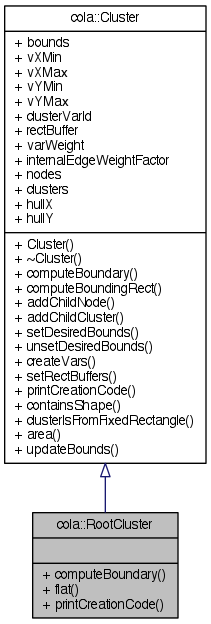
Above: documentation/classcola_1_1RootCluster__inherit__graph.png in mjwybrow/adaptagrams (Graphviz), before the change. Its source is kept beside it as documentation/classcola_1_1RootCluster__inherit__graph.dot.
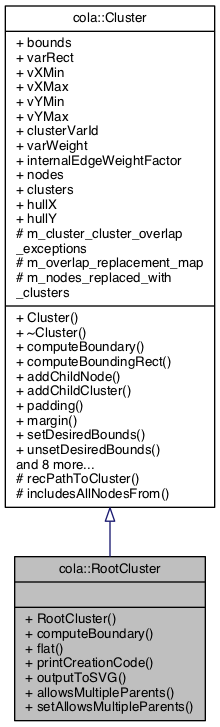
The same file after the commit.

Diff of the diagram source:
```diff
@@ -2,7 +2,7 @@
 {
   edge [fontname="Helvetica",fontsize="10",labelfontname="Helvetica",labelfontsize="10"];
   node [fontname="Helvetica",fontsize="10",shape=record];
-  Node1 [label="{cola::RootCluster\n||+ computeBoundary()\l+ flat()\l+ printCreationCode()\l}",height=0.2,width=0.4,color="black", fillcolor="grey75", style="filled" fontcolor="black"];
+  Node1 [label="{cola::RootCluster\n||+ RootCluster()\l+ computeBoundary()\l+ flat()\l+ printCreationCode()\l+ outputToSVG()\l+ allowsMultipleParents()\l+ setAllowsMultipleParents()\l}",height=0.2,width=0.4,color="black", fillcolor="grey75", style="filled", fontcolor="black"];
   Node2 -> Node1 [dir="back",color="midnightblue",fontsize="10",style="solid",arrowtail="onormal",fontname="Helvetica"];
-  Node2 [label="{cola::Cluster\n|+ bounds\l+ vXMin\l+ vXMax\l+ vYMin\l+ vYMax\l+ clusterVarId\l+ rectBuffer\l+ varWeight\l+ internalEdgeWeightFactor\l+ nodes\l+ clusters\l+ hullX\l+ hullY\l|+ Cluster()\l+ ~Cluster()\l+ computeBoundary()\l+ computeBoundingRect()\l+ addChildNode()\l+ addChildCluster()\l+ setDesiredBounds()\l+ unsetDesiredBounds()\l+ createVars()\l+ setRectBuffers()\l+ printCreationCode()\l+ containsShape()\l+ clusterIsFromFixedRectangle()\l+ area()\l+ updateBounds()\l}",height=0.2,width=0.4,color="black", fillcolor="white", style="filled",URL="$classcola_1_1Cluster.html",tooltip="A cluster defines a hierarchical partitioning over the nodes which should be kept disjoint by the lay..."];
+  Node2 [label="{cola::Cluster\n|+ bounds\l+ varRect\l+ vXMin\l+ vXMax\l+ vYMin\l+ vYMax\l+ clusterVarId\l+ varWeight\l+ internalEdgeWeightFactor\l+ nodes\l+ clusters\l+ hullX\l+ hullY\l# m_cluster_cluster_overlap\l_exceptions\l# m_overlap_replacement_map\l# m_nodes_replaced_with\l_clusters\l|+ Cluster()\l+ ~Cluster()\l+ computeBoundary()\l+ computeBoundingRect()\l+ addChildNode()\l+ addChildCluster()\l+ padding()\l+ margin()\l+ setDesiredBounds()\l+ unsetDesiredBounds()\land 8 more...\l# recPathToCluster()\l# includesAllNodesFrom()\l}",height=0.2,width=0.4,color="black", fillcolor="white", style="filled",URL="$classcola_1_1Cluster.html",tooltip="A cluster defines a hierarchical partitioning over the nodes which should be kept disjoint by the lay..."];
 }
```
